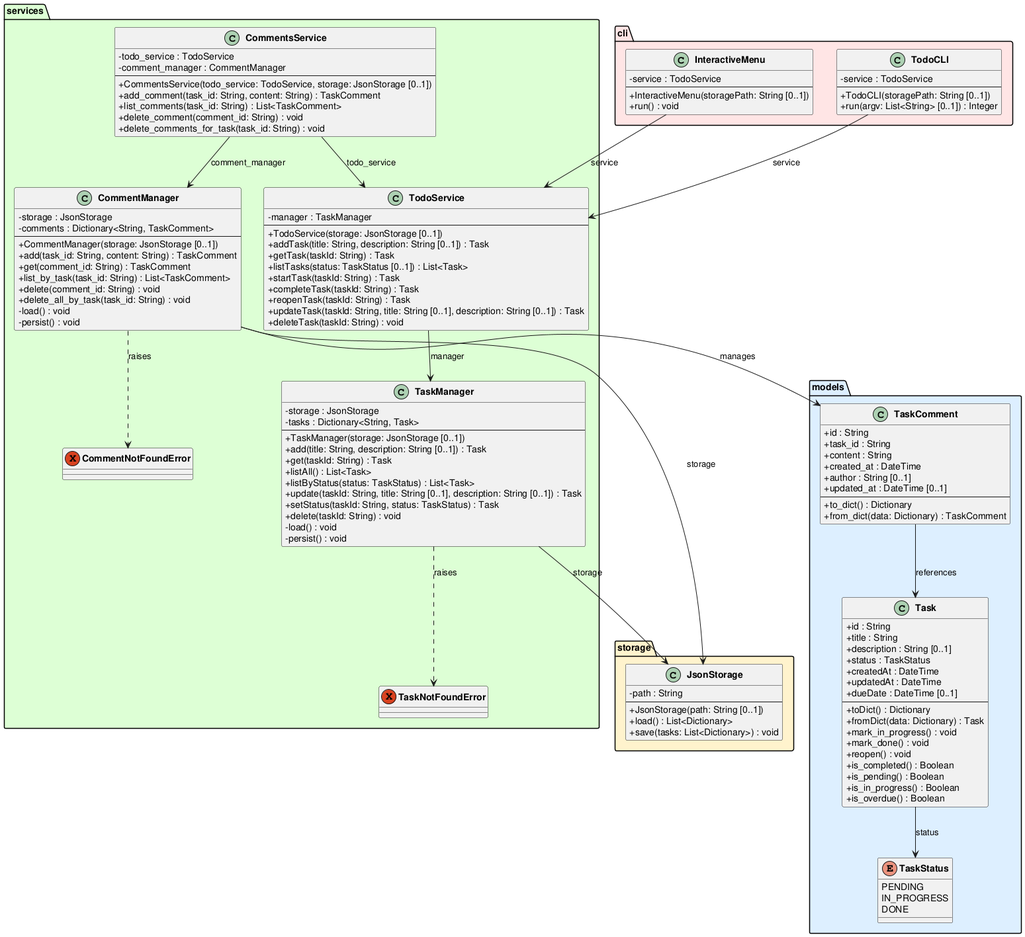
Earlier version of the PlantUML export experiments/supervisor_as_tools/test_driven/TODO/artifacts/class_diagram.png (DanielRiha8906/Software_autoevolution_using_agents).
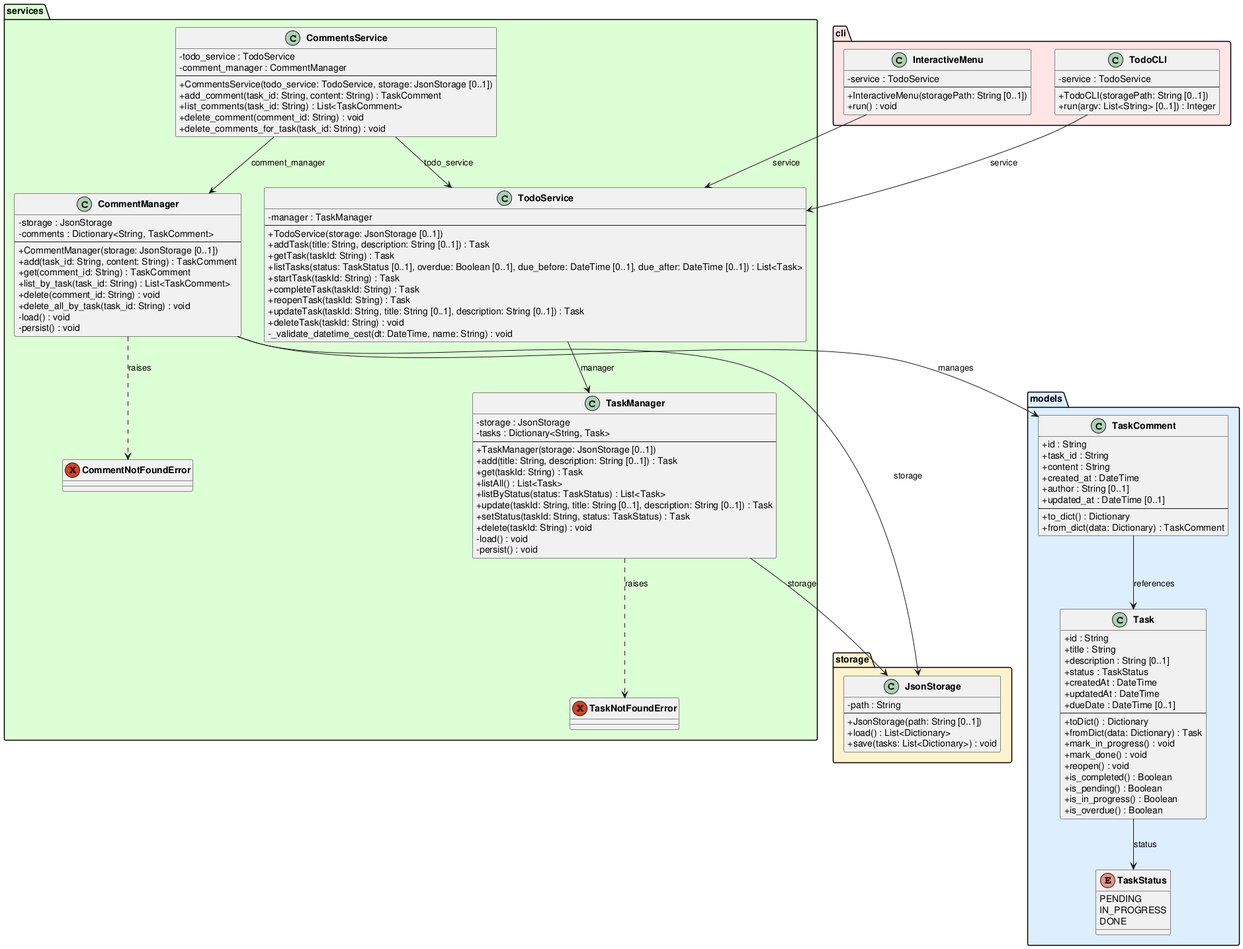
Later version of the same file.

The edit, as a diff of the source:
```diff
@@ -93,12 +93,13 @@
         +TodoService(storage: JsonStorage [0..1])
         +addTask(title: String, description: String [0..1]) : Task
         +getTask(taskId: String) : Task
-        +listTasks(status: TaskStatus [0..1]) : List<Task>
+        +listTasks(status: TaskStatus [0..1], overdue: Boolean [0..1], due_before: DateTime [0..1], due_after: DateTime [0..1]) : List<Task>
         +startTask(taskId: String) : Task
         +completeTask(taskId: String) : Task
         +reopenTask(taskId: String) : Task
         +updateTask(taskId: String, title: String [0..1], description: String [0..1]) : Task
         +deleteTask(taskId: String) : void
+        -_validate_datetime_cest(dt: DateTime, name: String) : void
     }
 
     class CommentsService {
```
